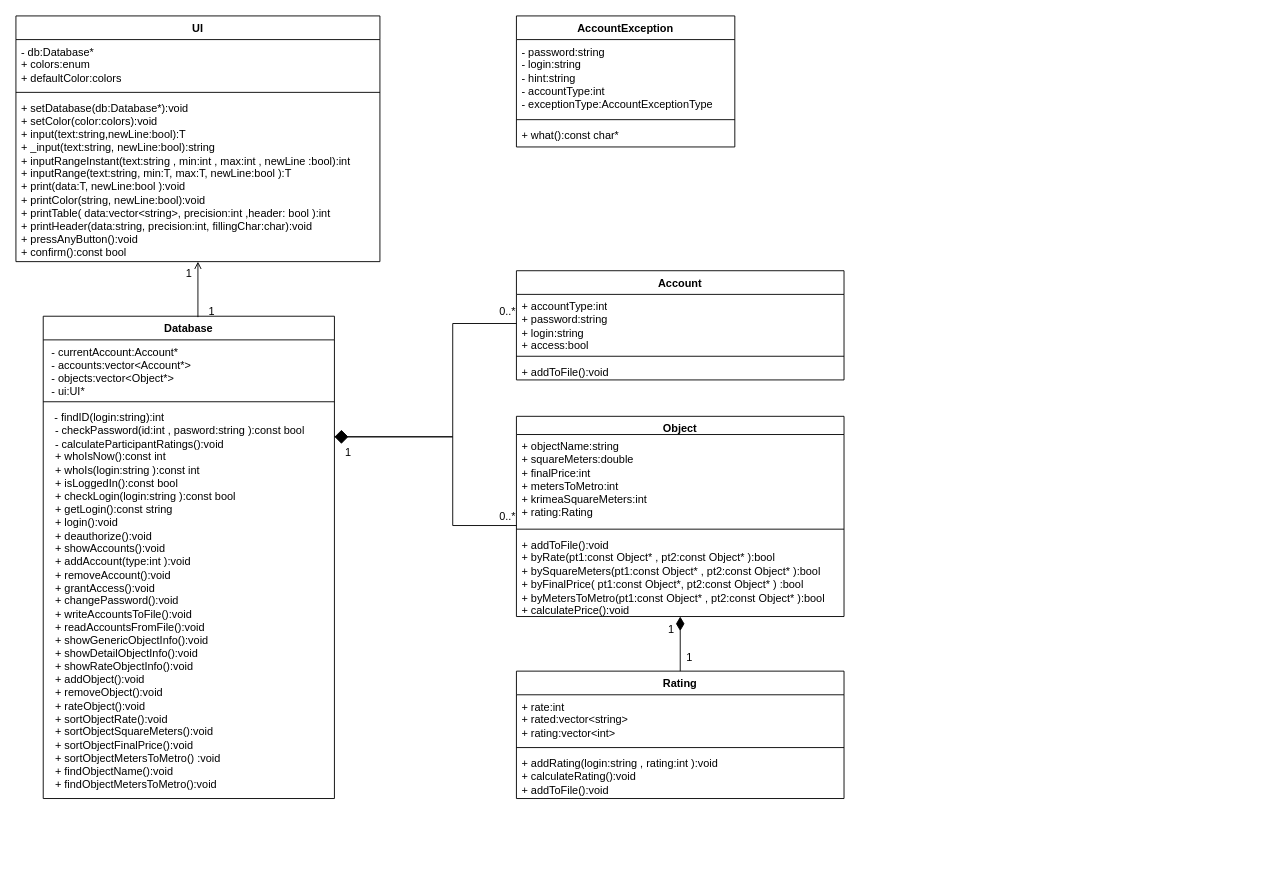
This is Бюрократия/Картинки-схемы/KBOOPIDCLASSES.drawio from ThomasCharester/KursuckBOOPID, a draw.io file, before an edit. Source tidied: cells renumbered, new cells numbered last; positions are measured from the earlier drawing's top-left corner, leaving out a move shared by most shapes. Both pictures are drawn from the tidied source at 91%, with x=0, y=0 at pixel (15, 15).
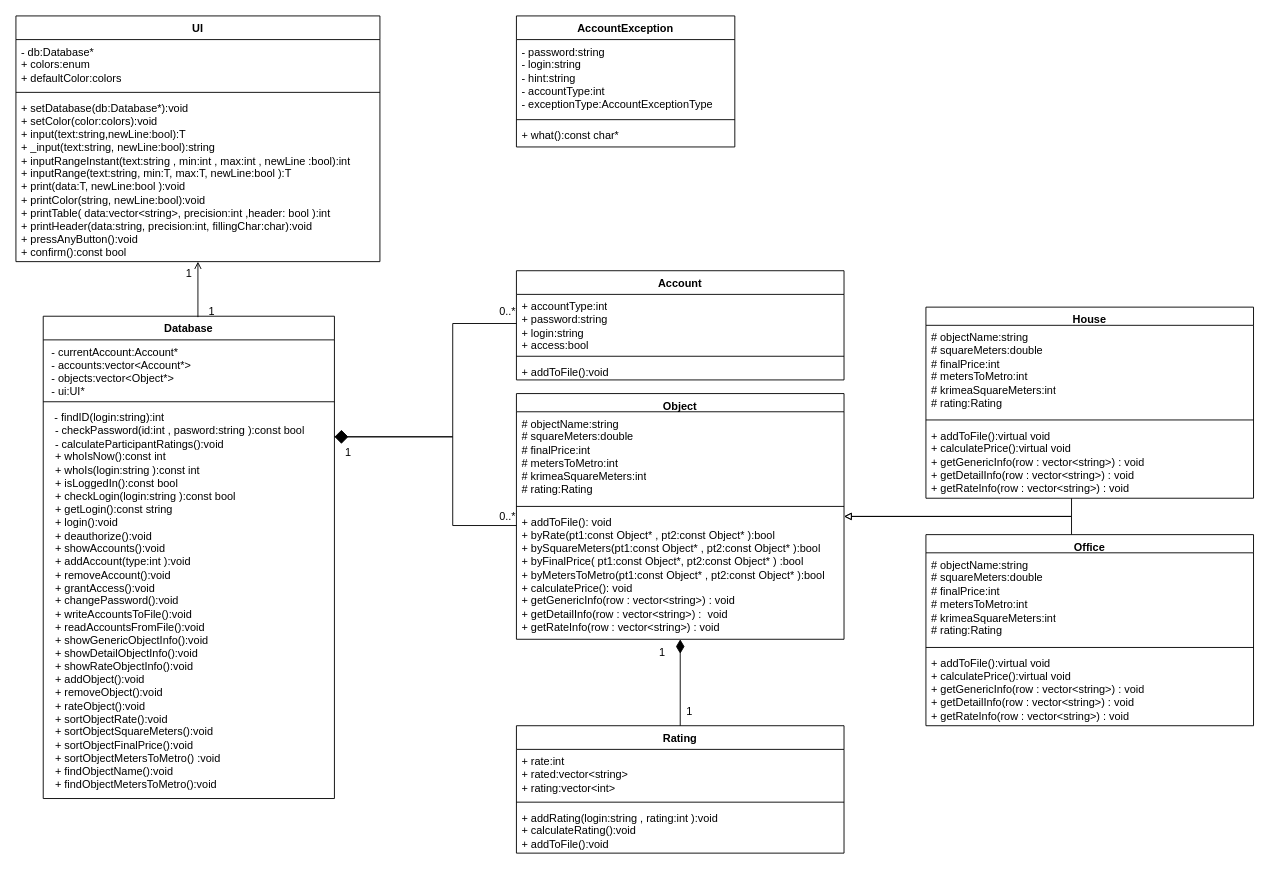
The same page after the edit.

Unchanged cells that the change refers to:
```xml
<mxCell id="7" value="Database" style="swimlane;fontStyle=1;align=center;verticalAlign=top;horizontal=1;startSize=26;whiteSpace=wrap;html=1;" parent="1" vertex="1">
  <mxGeometry x="30" y="330" width="320" height="530" as="geometry" />
</mxCell>
```

Change to the diagram source:
```diff
@@
     <mxCell id="15" value="Object" style="swimlane;fontStyle=1;align=center;verticalAlign=top;horizontal=1;startSize=20;whiteSpace=wrap;html=1;" parent="1" vertex="1">
-      <mxGeometry x="550" y="440" width="360" height="220" as="geometry" />
+      <mxGeometry x="550" y="415" width="360" height="270" as="geometry" />
     </mxCell>
-    <mxCell id="16" value="&lt;div&gt;+ objectName:string&lt;/div&gt;&lt;div&gt;+ squareMeters:double&lt;/div&gt;&lt;div&gt;+ finalPrice:int&lt;/div&gt;&lt;div&gt;+ metersToMetro:int&lt;/div&gt;&lt;div&gt;+ krimeaSquareMeters:int&lt;/div&gt;&lt;div&gt;+ rating:Rating&lt;br&gt;&lt;/div&gt;&lt;div&gt;&lt;br&gt;&lt;/div&gt;" style="text;strokeColor=none;fillColor=none;align=left;verticalAlign=top;spacingLeft=4;spacingRight=4;overflow=hidden;points=[[0,0.5],[1,0.5]];portConstraint=eastwest;whiteSpace=wrap;html=1;" parent="15" vertex="1">
+    <mxCell id="16" value="&lt;div&gt;# objectName:string&lt;/div&gt;&lt;div&gt;# squareMeters:double&lt;/div&gt;&lt;div&gt;# finalPrice:int&lt;/div&gt;&lt;div&gt;# metersToMetro:int&lt;/div&gt;&lt;div&gt;# krimeaSquareMeters:int&lt;/div&gt;&lt;div&gt;# rating:Rating&lt;br&gt;&lt;/div&gt;&lt;div&gt;&lt;br&gt;&lt;/div&gt;" style="text;strokeColor=none;fillColor=none;align=left;verticalAlign=top;spacingLeft=4;spacingRight=4;overflow=hidden;points=[[0,0.5],[1,0.5]];portConstraint=eastwest;whiteSpace=wrap;html=1;" parent="15" vertex="1">
       <mxGeometry y="20" width="360" height="100" as="geometry" />
     </mxCell>
@@
-    <mxCell id="18" value="&lt;div&gt;+ addToFile():void&lt;/div&gt;&lt;div&gt;+ byRate(pt1:const Object* , pt2:const Object* ):bool&lt;br&gt;+ bySquareMeters(pt1:const Object* , pt2:const Object* ):bool&lt;br&gt;+ byFinalPrice( pt1:const Object*, pt2:const Object* ) :bool&lt;br&gt;+ byMetersToMetro(pt1:const Object* , pt2:const Object* ):bool&lt;br&gt;+ calculatePrice():void&lt;br&gt;&lt;/div&gt;" style="text;strokeColor=none;fillColor=none;align=left;verticalAlign=top;spacingLeft=4;spacingRight=4;overflow=hidden;whiteSpace=wrap;html=1;" parent="15" vertex="1">
-      <mxGeometry y="128" width="360" height="92" as="geometry" />
+    <mxCell id="18" value="&lt;div&gt;+ addToFile():&lt;span style=&quot;background-color: initial;&quot;&gt;&amp;nbsp;&lt;/span&gt;&lt;span style=&quot;background-color: initial;&quot;&gt;void&lt;/span&gt;&lt;/div&gt;&lt;div&gt;+ byRate(pt1:const Object* , pt2:const Object* ):bool&lt;br&gt;+ bySquareMeters(pt1:const Object* , pt2:const Object* ):bool&lt;br&gt;+ byFinalPrice( pt1:const Object*, pt2:const Object* ) :bool&lt;br&gt;+ byMetersToMetro(pt1:const Object* , pt2:const Object* ):bool&lt;br&gt;+ calculatePrice():&lt;span style=&quot;background-color: initial;&quot;&gt;&amp;nbsp;&lt;/span&gt;&lt;span style=&quot;background-color: initial;&quot;&gt;void&amp;nbsp;&lt;/span&gt;&lt;/div&gt;&lt;div&gt;+ getGenericInfo(row : vector&amp;lt;string&amp;gt;) : void&lt;/div&gt;+ getDetailInfo(row : vector&amp;lt;string&amp;gt;) :&amp;nbsp; void&lt;div&gt;+ getRateInfo(row : vector&amp;lt;string&amp;gt;)&amp;nbsp;&lt;span style=&quot;background-color: initial;&quot;&gt;: void&lt;/span&gt;&lt;br&gt;&lt;/div&gt;" style="text;strokeColor=none;fillColor=none;align=left;verticalAlign=top;spacingLeft=4;spacingRight=4;overflow=hidden;whiteSpace=wrap;html=1;" parent="15" vertex="1">
+      <mxGeometry y="128" width="360" height="142" as="geometry" />
     </mxCell>
@@
-    <mxCell id="20" style="edgeStyle=orthogonalEdgeStyle;rounded=0;jettySize=auto;html=1;entryX=1;entryY=0.25;entryDx=0;entryDy=0;endArrow=diamond;endFill=1;strokeWidth=1;endSize=13;" parent="1" edge="1" source="16" target="7">
+    <mxCell id="20" style="edgeStyle=orthogonalEdgeStyle;rounded=0;jettySize=auto;html=1;entryX=1;entryY=0.25;entryDx=0;entryDy=0;endArrow=diamond;endFill=1;strokeWidth=1;endSize=13;" parent="1" edge="1" source="15" target="7">
       <mxGeometry relative="1" as="geometry">
         <Array as="points">
           <mxPoint x="480" y="560" />
           <mxPoint x="480" y="462" />
         </Array>
       </mxGeometry>
     </mxCell>
@@
     <mxCell id="26" value="Rating" style="swimlane;fontStyle=1;align=center;verticalAlign=top;horizontal=1;startSize=26;whiteSpace=wrap;html=1;" parent="1" vertex="1">
-      <mxGeometry x="550" y="720" width="360" height="140" as="geometry" />
+      <mxGeometry x="550" y="780" width="360" height="140" as="geometry" />
     </mxCell>
@@
     <mxCell id="30" style="edgeStyle=orthogonalEdgeStyle;rounded=0;jettySize=auto;html=1;endArrow=diamondThin;endFill=1;jumpSize=11;startSize=6;endSize=13;exitX=0.5;exitY=0;exitDx=0;exitDy=0;" parent="1" edge="1" source="26" target="15">
-      <mxGeometry relative="1" as="geometry" />
+      <mxGeometry relative="1" as="geometry">
+        <Array as="points">
+          <mxPoint x="730" y="700" />
+          <mxPoint x="730" y="700" />
+        </Array>
+      </mxGeometry>
     </mxCell>
     <mxCell id="31" value="1" style="text;html=1;align=center;verticalAlign=middle;strokeColor=none;fillColor=none;" parent="1" vertex="1">
-      <mxGeometry x="705" y="660" width="30" height="30" as="geometry" />
+      <mxGeometry x="695" y="685" width="30" height="30" as="geometry" />
     </mxCell>
     <mxCell id="32" value="1" style="text;html=1;align=center;verticalAlign=middle;strokeColor=none;fillColor=none;" parent="1" vertex="1">
-      <mxGeometry x="725" y="690" width="30" height="30" as="geometry" />
+      <mxGeometry x="725" y="750" width="30" height="30" as="geometry" />
     </mxCell>
@@
+    <mxCell id="37" style="edgeStyle=orthogonalEdgeStyle;rounded=0;jettySize=auto;html=1;endArrow=block;endFill=0;" parent="1" edge="1" source="38" target="15">
+      <mxGeometry relative="1" as="geometry">
+        <Array as="points">
+          <mxPoint x="1160" y="550" />
+        </Array>
+      </mxGeometry>
+    </mxCell>
+    <mxCell id="38" value="Office" style="swimlane;fontStyle=1;align=center;verticalAlign=top;horizontal=1;startSize=20;whiteSpace=wrap;html=1;" parent="1" vertex="1">
+      <mxGeometry x="1000" y="570" width="360" height="210" as="geometry" />
+    </mxCell>
+    <mxCell id="39" value="&lt;div&gt;# objectName:string&lt;/div&gt;&lt;div&gt;# squareMeters:double&lt;/div&gt;&lt;div&gt;# finalPrice:int&lt;/div&gt;&lt;div&gt;# metersToMetro:int&lt;/div&gt;&lt;div&gt;# krimeaSquareMeters:int&lt;/div&gt;&lt;div&gt;# rating:Rating&lt;br&gt;&lt;/div&gt;&lt;div&gt;&lt;br&gt;&lt;/div&gt;" style="text;strokeColor=none;fillColor=none;align=left;verticalAlign=top;spacingLeft=4;spacingRight=4;overflow=hidden;whiteSpace=wrap;html=1;" parent="38" vertex="1">
+      <mxGeometry y="20" width="360" height="100" as="geometry" />
+    </mxCell>
+    <mxCell id="40" style="line;strokeWidth=1;fillColor=none;align=left;verticalAlign=middle;spacingTop=-1;spacingLeft=3;spacingRight=3;labelPosition=right;strokeColor=inherit;" parent="38" vertex="1">
+      <mxGeometry y="120" width="360" height="8" as="geometry" />
+    </mxCell>
+    <mxCell id="41" value="&lt;div&gt;+ addToFile():&lt;span style=&quot;background-color: initial;&quot;&gt;virtual&amp;nbsp;&lt;/span&gt;&lt;span style=&quot;background-color: initial;&quot;&gt;void&lt;/span&gt;&lt;/div&gt;&lt;div&gt;+ calculatePrice():&lt;span style=&quot;background-color: initial;&quot;&gt;virtual&amp;nbsp;&lt;/span&gt;&lt;span style=&quot;background-color: initial;&quot;&gt;void&amp;nbsp;&lt;/span&gt;&lt;/div&gt;&lt;div&gt;+ getGenericInfo(row : vector&amp;lt;string&amp;gt;) : void&lt;/div&gt;+ getDetailInfo(row : vector&amp;lt;string&amp;gt;) : void&lt;div&gt;+ getRateInfo(row : vector&amp;lt;string&amp;gt;)&amp;nbsp;&lt;span style=&quot;background-color: initial;&quot;&gt;: void&lt;/span&gt;&lt;br&gt;&lt;/div&gt;" style="text;strokeColor=none;fillColor=none;align=left;verticalAlign=top;spacingLeft=4;spacingRight=4;overflow=hidden;whiteSpace=wrap;html=1;" parent="38" vertex="1">
+      <mxGeometry y="128" width="360" height="82" as="geometry" />
+    </mxCell>
+    <mxCell id="42" style="edgeStyle=orthogonalEdgeStyle;rounded=0;jettySize=auto;html=1;endArrow=block;endFill=0;" parent="1" edge="1" source="43" target="15">
+      <mxGeometry relative="1" as="geometry">
+        <Array as="points">
+          <mxPoint x="1160" y="550" />
+        </Array>
+      </mxGeometry>
+    </mxCell>
+    <mxCell id="43" value="House" style="swimlane;fontStyle=1;align=center;verticalAlign=top;horizontal=1;startSize=20;whiteSpace=wrap;html=1;" parent="1" vertex="1">
+      <mxGeometry x="1000" y="320" width="360" height="210" as="geometry" />
+    </mxCell>
+    <mxCell id="44" value="&lt;div&gt;# objectName:string&lt;/div&gt;&lt;div&gt;# squareMeters:double&lt;/div&gt;&lt;div&gt;# finalPrice:int&lt;/div&gt;&lt;div&gt;# metersToMetro:int&lt;/div&gt;&lt;div&gt;# krimeaSquareMeters:int&lt;/div&gt;&lt;div&gt;# rating:Rating&lt;br&gt;&lt;/div&gt;&lt;div&gt;&lt;br&gt;&lt;/div&gt;" style="text;strokeColor=none;fillColor=none;align=left;verticalAlign=top;spacingLeft=4;spacingRight=4;overflow=hidden;whiteSpace=wrap;html=1;" parent="43" vertex="1">
+      <mxGeometry y="20" width="360" height="100" as="geometry" />
+    </mxCell>
+    <mxCell id="45" style="line;strokeWidth=1;fillColor=none;align=left;verticalAlign=middle;spacingTop=-1;spacingLeft=3;spacingRight=3;labelPosition=right;strokeColor=inherit;" parent="43" vertex="1">
+      <mxGeometry y="120" width="360" height="8" as="geometry" />
+    </mxCell>
+    <mxCell id="46" value="&lt;div&gt;+ addToFile():&lt;span style=&quot;background-color: initial;&quot;&gt;virtual&amp;nbsp;&lt;/span&gt;&lt;span style=&quot;background-color: initial;&quot;&gt;void&lt;/span&gt;&lt;/div&gt;&lt;div&gt;+ calculatePrice():&lt;span style=&quot;background-color: initial;&quot;&gt;virtual&amp;nbsp;&lt;/span&gt;&lt;span style=&quot;background-color: initial;&quot;&gt;void&amp;nbsp;&lt;/span&gt;&lt;/div&gt;&lt;div&gt;+ getGenericInfo(row : vector&amp;lt;string&amp;gt;) : void&lt;/div&gt;+ getDetailInfo(row : vector&amp;lt;string&amp;gt;) : void&lt;div&gt;+ getRateInfo(row : vector&amp;lt;string&amp;gt;)&amp;nbsp;&lt;span style=&quot;background-color: initial;&quot;&gt;: void&lt;/span&gt;&lt;br&gt;&lt;/div&gt;" style="text;strokeColor=none;fillColor=none;align=left;verticalAlign=top;spacingLeft=4;spacingRight=4;overflow=hidden;whiteSpace=wrap;html=1;" parent="43" vertex="1">
+      <mxGeometry y="128" width="360" height="82" as="geometry" />
+    </mxCell>
```
